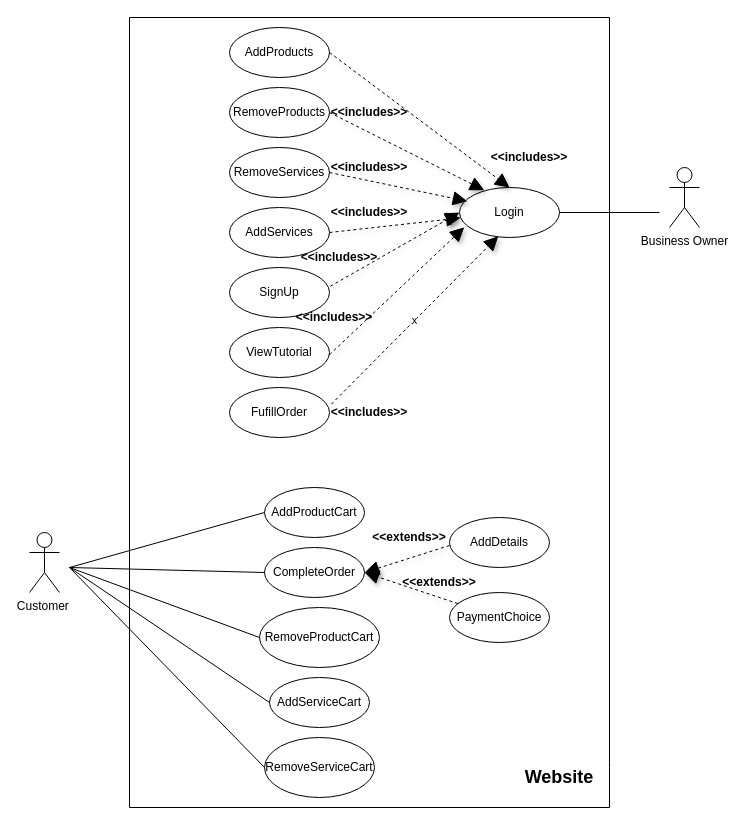
The draw.io diagram Untitled Diagram.drawio in willdonlan8/hello-world, before the edit. Source tidied: cells renumbered, new cells numbered last; positions are measured from the earlier drawing's top-left corner, leaving out a move shared by most shapes. Both pictures are drawn from the tidied source at 100%, with x=0, y=0 at pixel (29, 17).
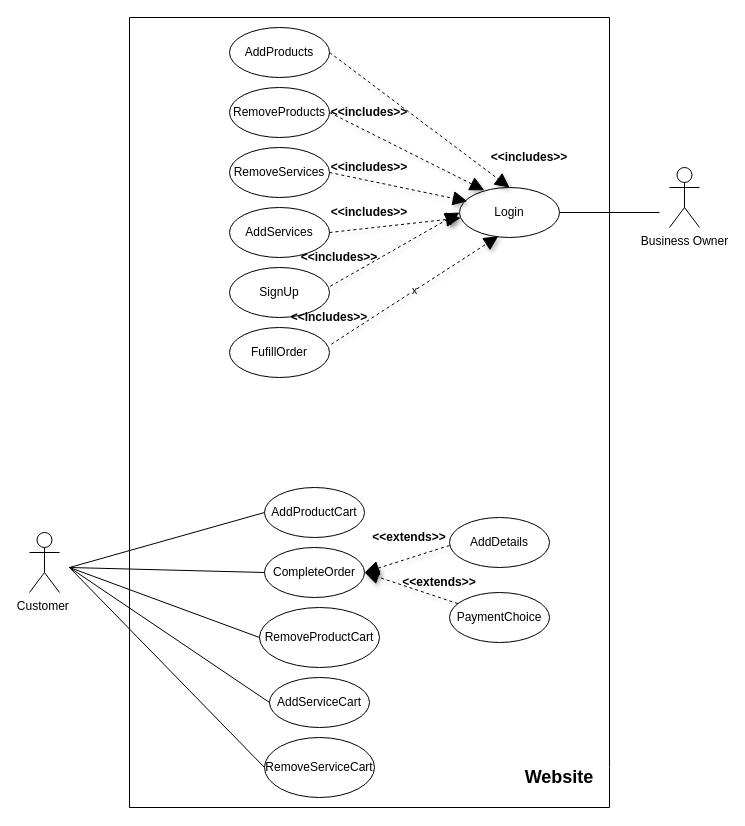
The same page after the edit.

The change refers to these unchanged cells:
```xml
<mxCell id="10" value="Login" style="ellipse;whiteSpace=wrap;html=1;" parent="1" vertex="1">
  <mxGeometry x="430" y="170" width="100" height="50" as="geometry" />
</mxCell>
```

Diff of the diagram source:
```diff
@@
     <mxCell id="12" value="FufillOrder" style="ellipse;whiteSpace=wrap;html=1;" parent="1" vertex="1">
-      <mxGeometry x="200" y="370" width="100" height="50" as="geometry" />
+      <mxGeometry x="200" y="310" width="100" height="50" as="geometry" />
     </mxCell>
-    <mxCell id="13" value="ViewTutorial" style="ellipse;whiteSpace=wrap;html=1;" parent="1" vertex="1">
-      <mxGeometry x="200" y="310" width="100" height="50" as="geometry" />
-    </mxCell>
@@
-    <mxCell id="33" style="endArrow=block;dashed=1;endFill=1;endSize=12;html=1;shadow=1;strokeColor=#000000;exitX=1;exitY=0.5;exitDx=0;exitDy=0;entryX=0.048;entryY=0.795;entryDx=0;entryDy=0;entryPerimeter=0;" parent="1" edge="1" target="10">
-      <mxGeometry relative="1" as="geometry">
-        <mxPoint x="300" y="337.2" as="sourcePoint" />
-      </mxGeometry>
-    </mxCell>
@@
     <mxCell id="38" value="&lt;b&gt;&amp;lt;&amp;lt;includes&amp;gt;&amp;gt;&lt;/b&gt;" style="text;html=1;strokeColor=none;fillColor=none;align=center;verticalAlign=middle;whiteSpace=wrap;rounded=0;rotation=0;" parent="1" vertex="1">
-      <mxGeometry x="300" y="385" width="80" height="20" as="geometry" />
+      <mxGeometry x="260" y="290" width="80" height="20" as="geometry" />
     </mxCell>
@@
-    <mxCell id="44" value="&lt;b&gt;&amp;lt;&amp;lt;includes&amp;gt;&amp;gt;&lt;/b&gt;" style="text;html=1;strokeColor=none;fillColor=none;align=center;verticalAlign=middle;whiteSpace=wrap;rounded=0;" parent="1" vertex="1">
-      <mxGeometry x="265" y="290" width="80" height="20" as="geometry" />
-    </mxCell>
```
